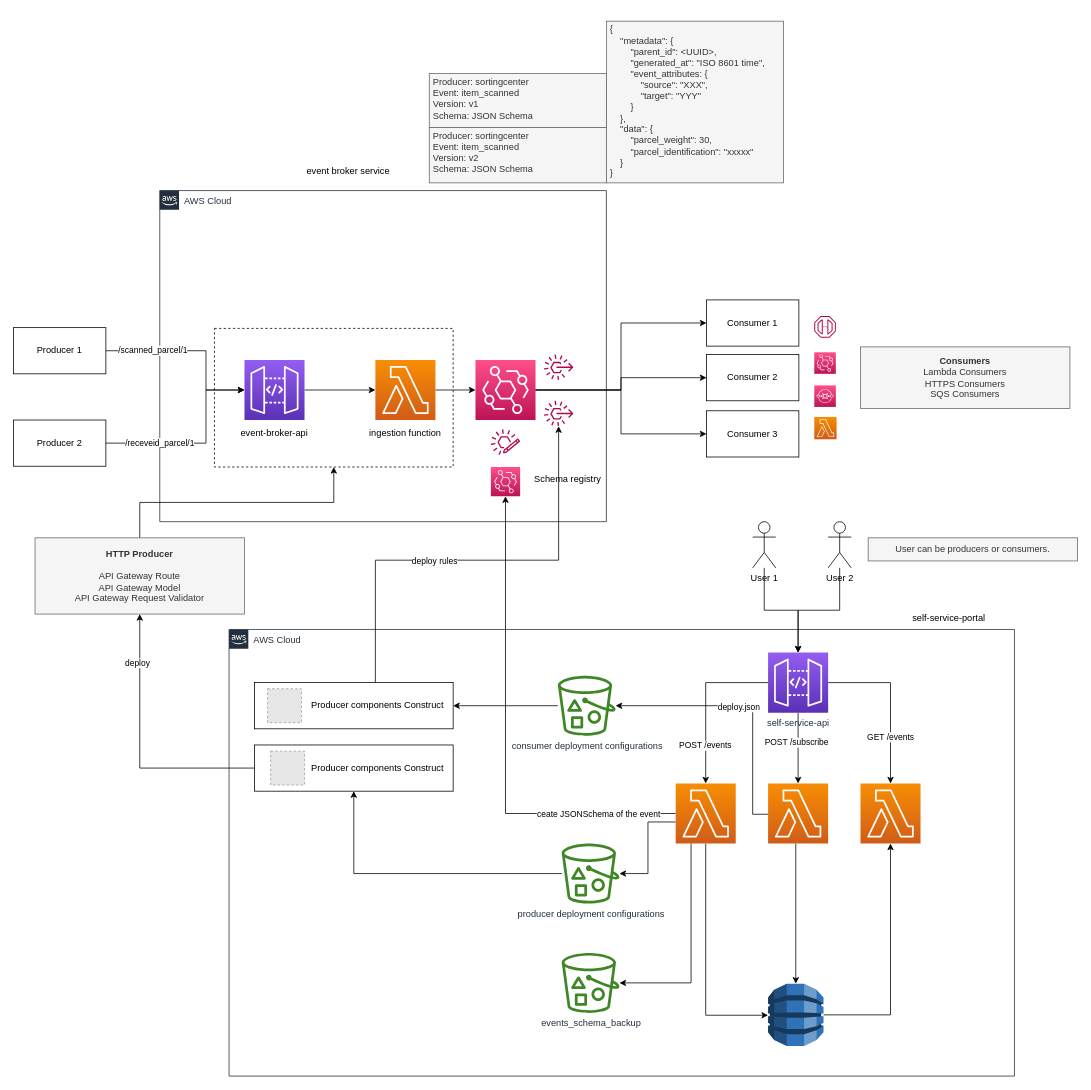
The draw.io diagram page "Page-1" (1 of 3) of documents/postnl-event-broker-assessment.drawio in cesiztel/event-broker-assignment, before the edit. Source tidied: cells renumbered, new cells numbered last; positions are measured from the earlier drawing's top-left corner, leaving out a move shared by most shapes. Both pictures are drawn from the tidied source at 77%, with x=0, y=0 at pixel (13, 21). Pictures stored in the file or linked from it are replaced by grey dashed boxes.
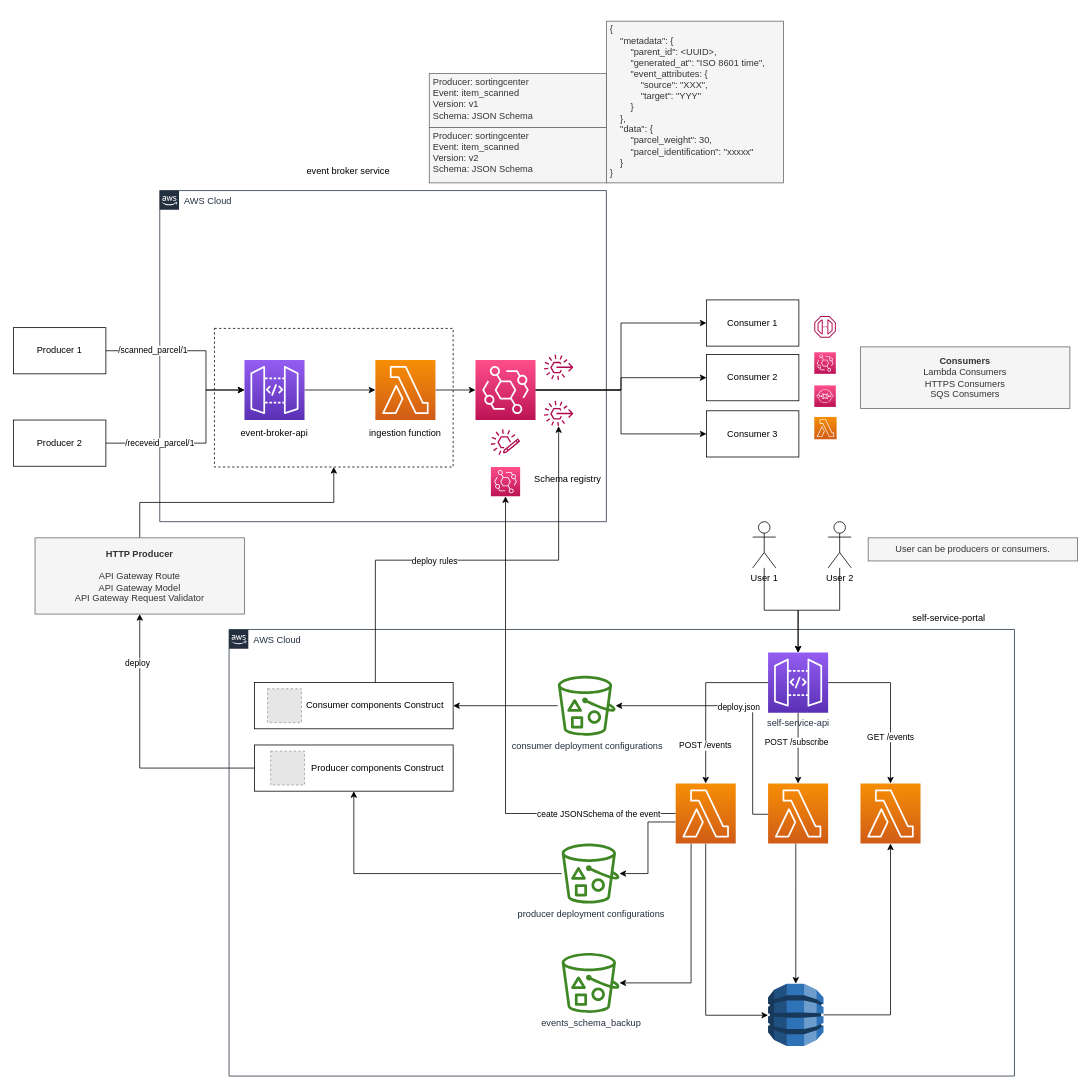
After the change.

What changed in the source:
```diff
@@
-    <mxCell id="74" value="Producer components Construct&amp;nbsp; &amp;nbsp;" style="rounded=0;whiteSpace=wrap;html=1;align=right;" parent="1" vertex="1">
+    <mxCell id="74" value="Consumer components Construct&amp;nbsp; &amp;nbsp;" style="rounded=0;whiteSpace=wrap;html=1;align=right;" parent="1" vertex="1">
       <mxGeometry x="313" y="859" width="258" height="60" as="geometry" />
     </mxCell>
```
